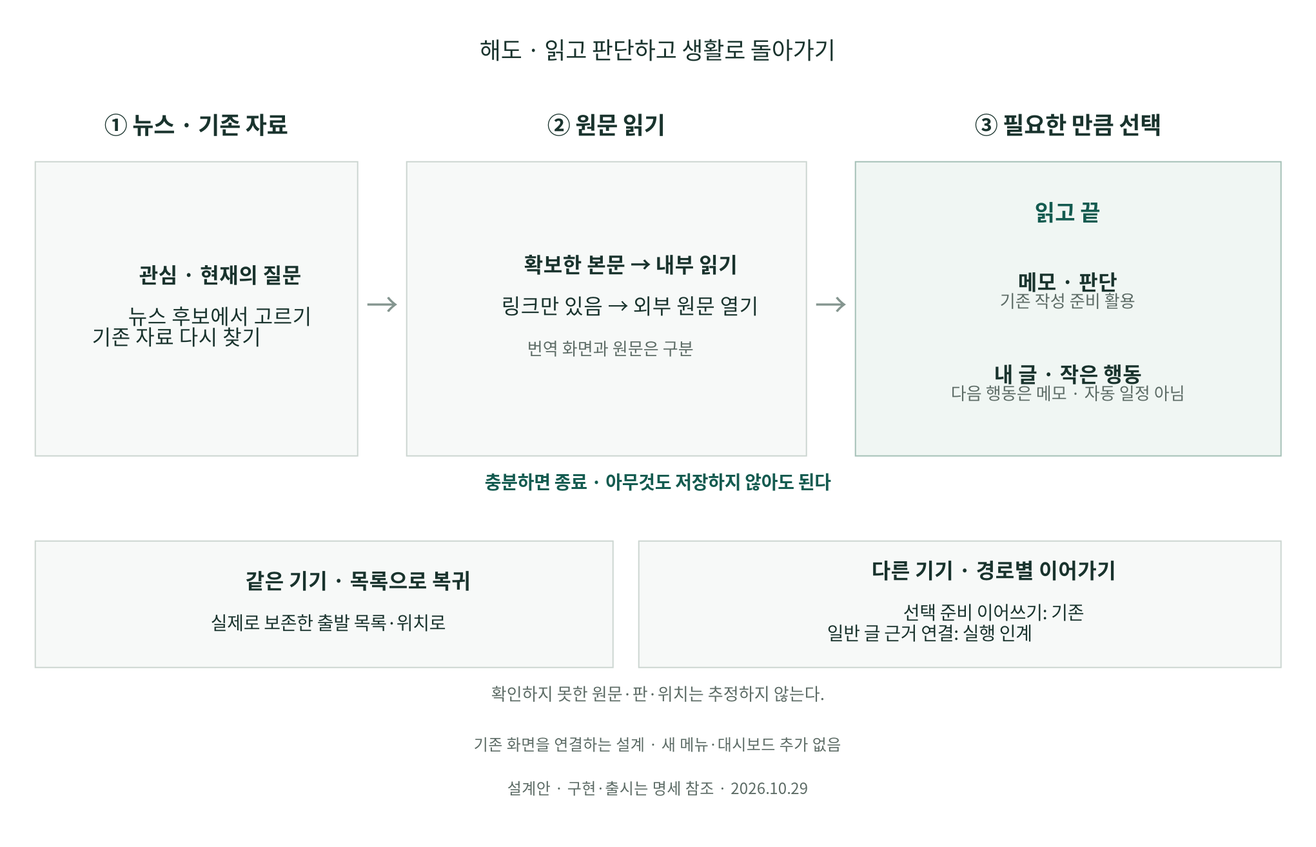
Earlier version of the Graphviz export docs/diagrams/rendered/reading-decision-journey-20261029.png (wonchance-art/life-haedo). Its source is kept beside it as docs/diagrams/reading-decision-journey-20261029.dot. Its diagram source:
```dot
digraph ReadingDecisionJourney {
  graph [rankdir=TB, bgcolor="white", pad="0.38", nodesep="0.25", ranksep="0.28",
    fontname="Noto Sans CJK KR", fontcolor="#19332d", fontsize=18, labelloc=t,
    label="해도 · 읽고 판단하고 생활로 돌아가기\n "];
  node [shape=plain, fontname="Noto Sans CJK KR", fontcolor="#19332d", fontsize=16];

  journey [label=<
    <TABLE BORDER="0" CELLBORDER="0" CELLSPACING="0" CELLPADDING="0">
      <TR>
        <TD WIDTH="250" HEIGHT="50"><FONT POINT-SIZE="18"><B>① 뉴스 · 기존 자료</B></FONT></TD>
        <TD WIDTH="38"></TD>
        <TD WIDTH="310"><FONT POINT-SIZE="18"><B>② 원문 읽기</B></FONT></TD>
        <TD WIDTH="38"></TD>
        <TD WIDTH="330"><FONT POINT-SIZE="18"><B>③ 필요한 만큼 선택</B></FONT></TD>
      </TR>
      <TR>
        <TD BORDER="1" COLOR="#ccd6d1" BGCOLOR="#f7f9f8" HEIGHT="228" CELLPADDING="18">
          <B>관심 · 현재의 질문</B><BR/><BR/>
          뉴스 후보에서 고르기<BR/>기존 자료 다시 찾기
        </TD>
        <TD><FONT POINT-SIZE="25" COLOR="#84958f">→</FONT></TD>
        <TD BORDER="1" COLOR="#ccd6d1" BGCOLOR="#f7f9f8" CELLPADDING="18">
          <B>확보한 본문 → 내부 읽기</B><BR/><BR/>
          링크만 있음 → 외부 원문 열기<BR/><BR/>
          <FONT POINT-SIZE="13" COLOR="#5c6b65">번역 화면과 원문은 구분</FONT>
        </TD>
        <TD><FONT POINT-SIZE="25" COLOR="#84958f">→</FONT></TD>
        <TD BORDER="1" COLOR="#a5c1b7" BGCOLOR="#f0f6f3" CELLPADDING="18">
          <TABLE BORDER="0" CELLBORDER="0" CELLSPACING="0" CELLPADDING="0">
            <TR><TD HEIGHT="44"><FONT POINT-SIZE="17" COLOR="#145b50"><B>읽고 끝</B></FONT></TD></TR>
            <TR><TD HEIGHT="69"><B>메모 · 판단</B><BR/><FONT POINT-SIZE="13" COLOR="#5c6b65">기존 작성 준비 활용</FONT></TD></TR>
            <TR><TD HEIGHT="69"><B>내 글 · 작은 행동</B><BR/><FONT POINT-SIZE="13" COLOR="#5c6b65">다음 행동은 메모 · 자동 일정 아님</FONT></TD></TR>
          </TABLE>
        </TD>
      </TR>
      <TR><TD COLSPAN="5" HEIGHT="46"><FONT POINT-SIZE="14" COLOR="#145b50"><B>충분하면 종료 · 아무것도 저장하지 않아도 된다</B></FONT></TD></TR>
      <TR><TD COLSPAN="5" HEIGHT="20"></TD></TR>
      <TR><TD COLSPAN="5">
        <TABLE BORDER="0" CELLBORDER="0" CELLSPACING="0" CELLPADDING="0">
          <TR>
            <TD WIDTH="448" BORDER="1" COLOR="#ccd6d1" BGCOLOR="#f7f9f8" CELLPADDING="16">
              <FONT POINT-SIZE="16"><B>같은 기기 · 목록으로 복귀</B></FONT><BR/><BR/>
              <FONT POINT-SIZE="14">실제로 보존한 출발 목록·위치로</FONT>
            </TD>
            <TD WIDTH="20"></TD>
            <TD WIDTH="498" BORDER="1" COLOR="#ccd6d1" BGCOLOR="#f7f9f8" CELLPADDING="16">
              <FONT POINT-SIZE="16"><B>다른 기기 · 경로별 이어가기</B></FONT><BR/><BR/>
              <FONT POINT-SIZE="14">선택 준비 이어쓰기: 기존<BR/>일반 글 근거 연결: 실행 인계</FONT>
            </TD>
          </TR>
        </TABLE>
      </TD></TR>
      <TR><TD COLSPAN="5" HEIGHT="44"><FONT POINT-SIZE="13" COLOR="#5c6b65">확인하지 못한 원문·판·위치는 추정하지 않는다.</FONT></TD></TR>
      <TR><TD COLSPAN="5" HEIGHT="34"><FONT POINT-SIZE="12" COLOR="#5c6b65">기존 화면을 연결하는 설계 · 새 메뉴·대시보드 추가 없음</FONT></TD></TR>
      <TR><TD COLSPAN="5" HEIGHT="34"><FONT POINT-SIZE="12" COLOR="#5c6b65">설계안 · 구현·출시는 명세 참조 · 2026.10.29</FONT></TD></TR>
    </TABLE>
  >];
}
```
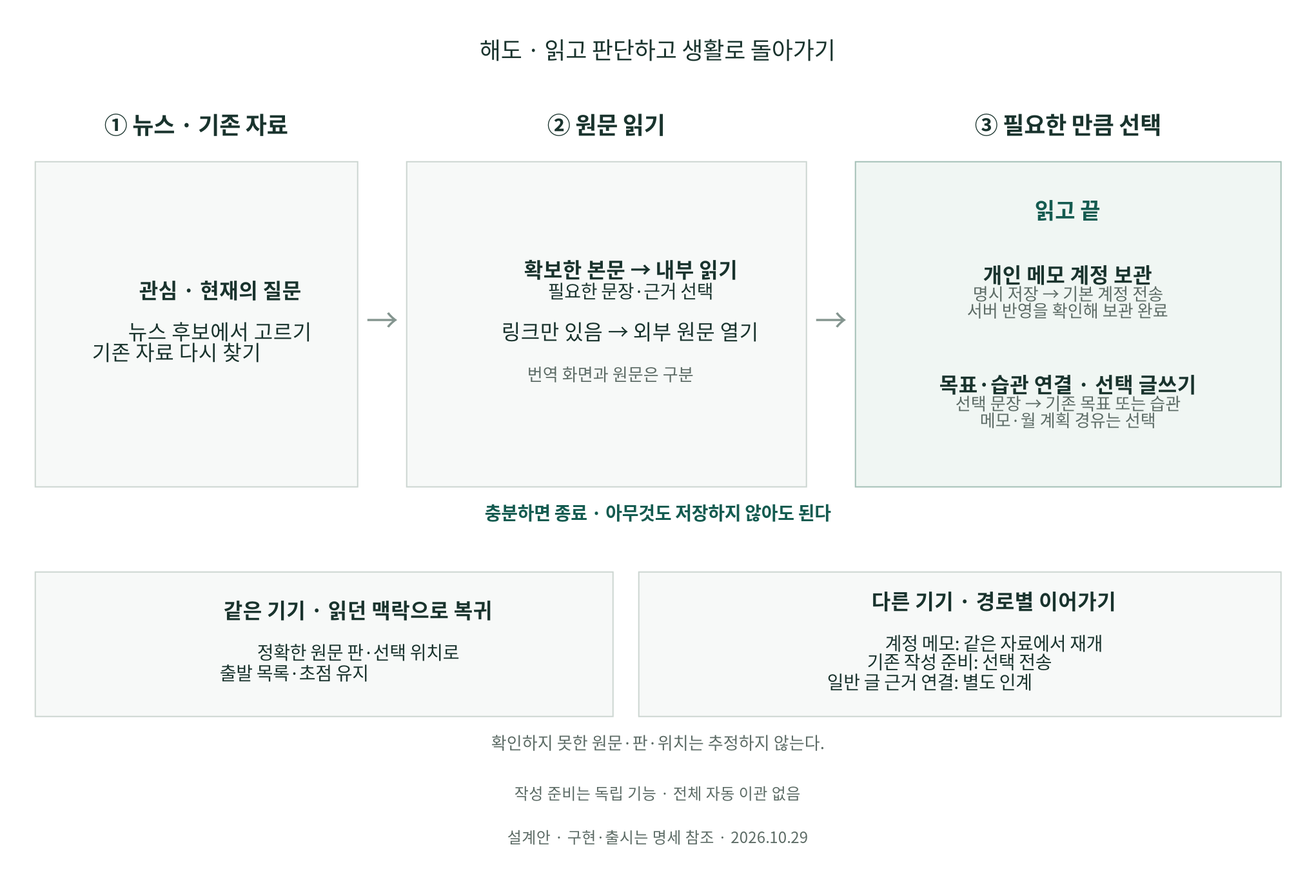
After the commit.

Change to the diagram source:
```diff
@@ -14,13 +14,14 @@
         <TD WIDTH="330"><FONT POINT-SIZE="18"><B>③ 필요한 만큼 선택</B></FONT></TD>
       </TR>
       <TR>
-        <TD BORDER="1" COLOR="#ccd6d1" BGCOLOR="#f7f9f8" HEIGHT="228" CELLPADDING="18">
+        <TD BORDER="1" COLOR="#ccd6d1" BGCOLOR="#f7f9f8" HEIGHT="250" CELLPADDING="18">
           <B>관심 · 현재의 질문</B><BR/><BR/>
           뉴스 후보에서 고르기<BR/>기존 자료 다시 찾기
         </TD>
         <TD><FONT POINT-SIZE="25" COLOR="#84958f">→</FONT></TD>
         <TD BORDER="1" COLOR="#ccd6d1" BGCOLOR="#f7f9f8" CELLPADDING="18">
-          <B>확보한 본문 → 내부 읽기</B><BR/><BR/>
+          <B>확보한 본문 → 내부 읽기</B><BR/>
+          <FONT POINT-SIZE="14">필요한 문장·근거 선택</FONT><BR/><BR/>
           링크만 있음 → 외부 원문 열기<BR/><BR/>
           <FONT POINT-SIZE="13" COLOR="#5c6b65">번역 화면과 원문은 구분</FONT>
         </TD>
@@ -28,8 +29,8 @@
         <TD BORDER="1" COLOR="#a5c1b7" BGCOLOR="#f0f6f3" CELLPADDING="18">
           <TABLE BORDER="0" CELLBORDER="0" CELLSPACING="0" CELLPADDING="0">
             <TR><TD HEIGHT="44"><FONT POINT-SIZE="17" COLOR="#145b50"><B>읽고 끝</B></FONT></TD></TR>
-            <TR><TD HEIGHT="69"><B>메모 · 판단</B><BR/><FONT POINT-SIZE="13" COLOR="#5c6b65">기존 작성 준비 활용</FONT></TD></TR>
-            <TR><TD HEIGHT="69"><B>내 글 · 작은 행동</B><BR/><FONT POINT-SIZE="13" COLOR="#5c6b65">다음 행동은 메모 · 자동 일정 아님</FONT></TD></TR>
+            <TR><TD HEIGHT="80"><B>개인 메모 계정 보관</B><BR/><FONT POINT-SIZE="13" COLOR="#5c6b65">명시 저장 → 기본 계정 전송<BR/>서버 반영을 확인해 보관 완료</FONT></TD></TR>
+            <TR><TD HEIGHT="90"><B>목표·습관 연결 · 선택 글쓰기</B><BR/><FONT POINT-SIZE="13" COLOR="#5c6b65">선택 문장 → 기존 목표 또는 습관<BR/>메모·월 계획 경유는 선택</FONT></TD></TR>
           </TABLE>
         </TD>
       </TR>
@@ -39,19 +40,19 @@
         <TABLE BORDER="0" CELLBORDER="0" CELLSPACING="0" CELLPADDING="0">
           <TR>
             <TD WIDTH="448" BORDER="1" COLOR="#ccd6d1" BGCOLOR="#f7f9f8" CELLPADDING="16">
-              <FONT POINT-SIZE="16"><B>같은 기기 · 목록으로 복귀</B></FONT><BR/><BR/>
-              <FONT POINT-SIZE="14">실제로 보존한 출발 목록·위치로</FONT>
+              <FONT POINT-SIZE="16"><B>같은 기기 · 읽던 맥락으로 복귀</B></FONT><BR/><BR/>
+              <FONT POINT-SIZE="14">정확한 원문 판·선택 위치로<BR/>출발 목록·초점 유지</FONT>
             </TD>
             <TD WIDTH="20"></TD>
             <TD WIDTH="498" BORDER="1" COLOR="#ccd6d1" BGCOLOR="#f7f9f8" CELLPADDING="16">
               <FONT POINT-SIZE="16"><B>다른 기기 · 경로별 이어가기</B></FONT><BR/><BR/>
-              <FONT POINT-SIZE="14">선택 준비 이어쓰기: 기존<BR/>일반 글 근거 연결: 실행 인계</FONT>
+              <FONT POINT-SIZE="14">계정 메모: 같은 자료에서 재개<BR/>기존 작성 준비: 선택 전송<BR/>일반 글 근거 연결: 별도 인계</FONT>
             </TD>
           </TR>
         </TABLE>
       </TD></TR>
       <TR><TD COLSPAN="5" HEIGHT="44"><FONT POINT-SIZE="13" COLOR="#5c6b65">확인하지 못한 원문·판·위치는 추정하지 않는다.</FONT></TD></TR>
-      <TR><TD COLSPAN="5" HEIGHT="34"><FONT POINT-SIZE="12" COLOR="#5c6b65">기존 화면을 연결하는 설계 · 새 메뉴·대시보드 추가 없음</FONT></TD></TR>
+      <TR><TD COLSPAN="5" HEIGHT="34"><FONT POINT-SIZE="12" COLOR="#5c6b65">작성 준비는 독립 기능 · 전체 자동 이관 없음</FONT></TD></TR>
       <TR><TD COLSPAN="5" HEIGHT="34"><FONT POINT-SIZE="12" COLOR="#5c6b65">설계안 · 구현·출시는 명세 참조 · 2026.10.29</FONT></TD></TR>
     </TABLE>
   >];
```
